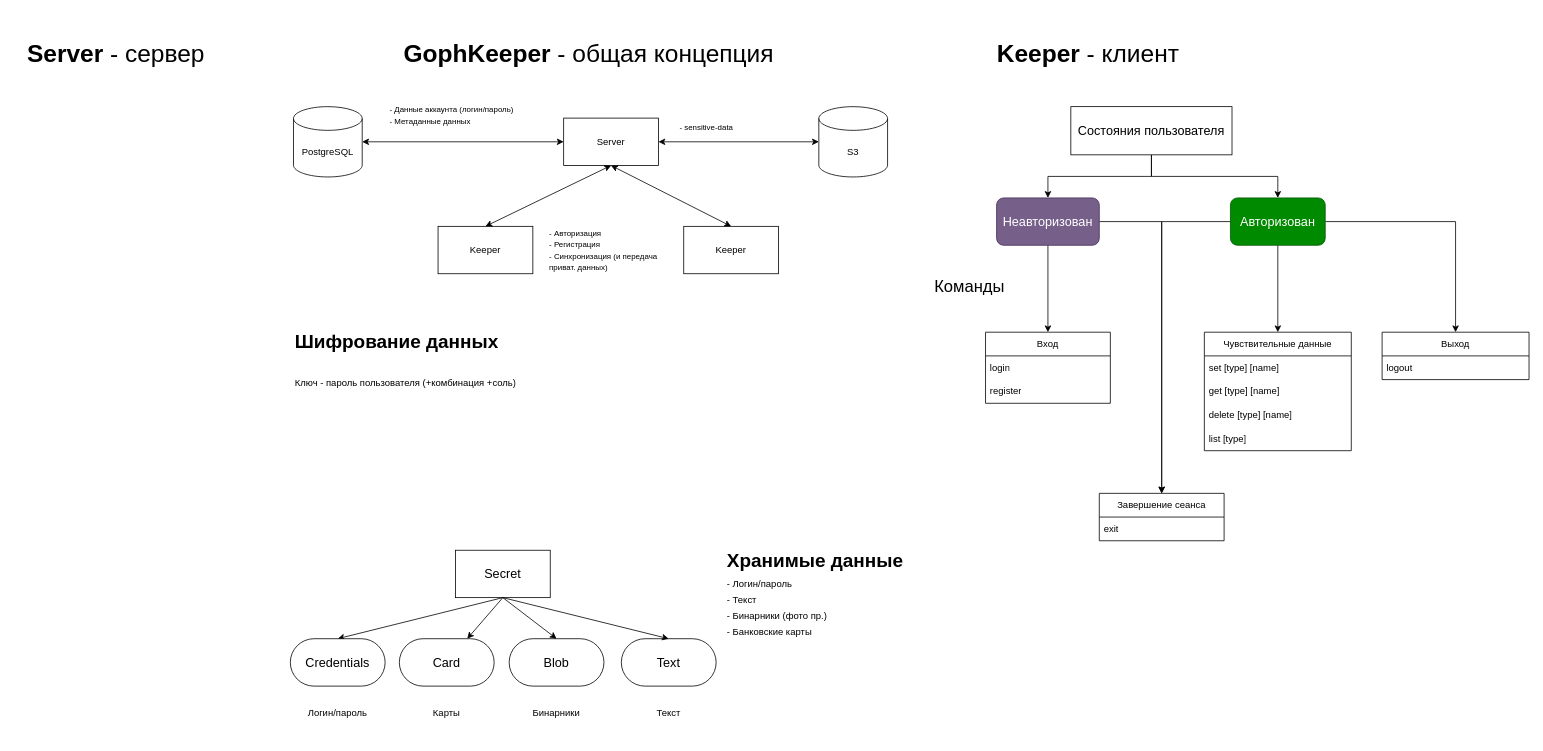
The draw.io diagram scheme.drawio in nessai1/gophKeeper, before the edit. Source tidied: cells renumbered, new cells numbered last; positions are measured from the earlier drawing's top-left corner, leaving out a move shared by most shapes. Both pictures are drawn from the tidied source at 79%, with x=0, y=0 at pixel (13, 13).
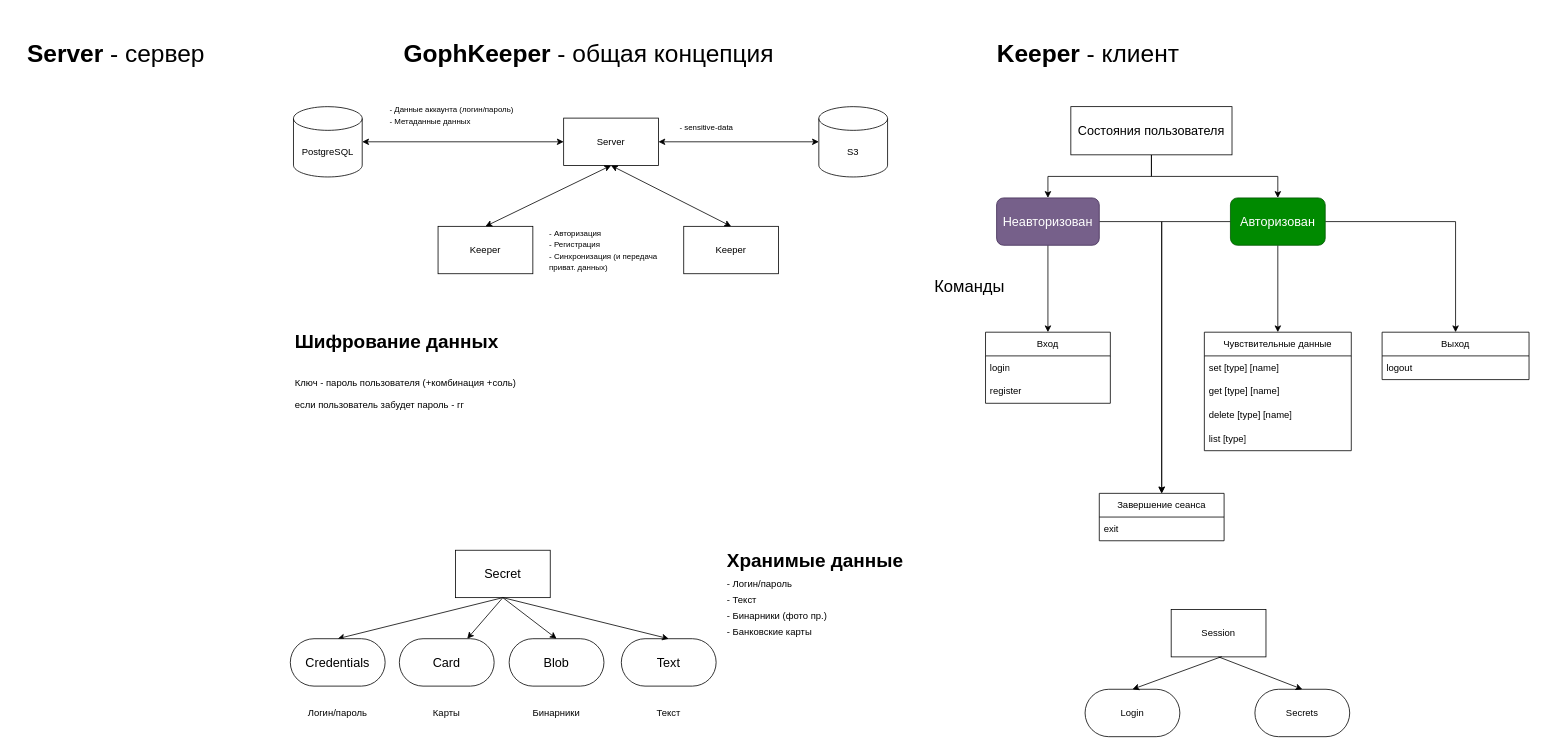
Above is the later version.

Change to the diagram source:
```diff
@@
-    <mxCell id="15" value="&lt;h1&gt;Шифрование данных&lt;/h1&gt;&lt;div&gt;&lt;br&gt;&lt;/div&gt;&lt;div&gt;Ключ - пароль пользователя (+комбинация +соль)&lt;/div&gt;&lt;div&gt;&lt;br&gt;&lt;/div&gt;" style="text;html=1;strokeColor=none;fillColor=none;spacing=5;spacingTop=-20;whiteSpace=wrap;overflow=hidden;rounded=0;" parent="1" vertex="1">
+    <mxCell id="15" value="&lt;h1&gt;Шифрование данных&lt;/h1&gt;&lt;div&gt;&lt;br&gt;&lt;/div&gt;&lt;div&gt;Ключ - пароль пользователя (+комбинация +соль)&lt;br&gt;&lt;br&gt;если пользователь забудет пароль - гг&lt;/div&gt;&lt;div&gt;&lt;br&gt;&lt;/div&gt;" style="text;html=1;strokeColor=none;fillColor=none;spacing=5;spacingTop=-20;whiteSpace=wrap;overflow=hidden;rounded=0;" parent="1" vertex="1">
       <mxGeometry x="351" y="395" width="301" height="120" as="geometry" />
     </mxCell>
@@
+    <mxCell id="55" value="Session" style="rounded=0;whiteSpace=wrap;html=1;" parent="1" vertex="1">
+      <mxGeometry x="1465" y="754" width="120" height="60" as="geometry" />
+    </mxCell>
+    <mxCell id="56" value="Login" style="rounded=1;whiteSpace=wrap;html=1;arcSize=50;" parent="1" vertex="1">
+      <mxGeometry x="1356" y="855" width="120" height="60" as="geometry" />
+    </mxCell>
+    <mxCell id="57" style="endArrow=classic;html=1;rounded=0;exitX=0.533;exitY=0.994;exitDx=0;exitDy=0;exitPerimeter=0;entryX=0.5;entryY=0;entryDx=0;entryDy=0;" parent="1" edge="1" source="55" target="56">
+      <mxGeometry relative="1" as="geometry" />
+    </mxCell>
+    <mxCell id="58" value="Secrets" style="rounded=1;whiteSpace=wrap;html=1;arcSize=50;" parent="1" vertex="1">
+      <mxGeometry x="1571" y="855" width="120" height="60" as="geometry" />
+    </mxCell>
+    <mxCell id="59" style="endArrow=classic;html=1;rounded=0;exitX=0.5;exitY=1;exitDx=0;exitDy=0;entryX=0.5;entryY=0;entryDx=0;entryDy=0;" parent="1" edge="1" source="55" target="58">
+      <mxGeometry relative="1" as="geometry" />
+    </mxCell>
```
